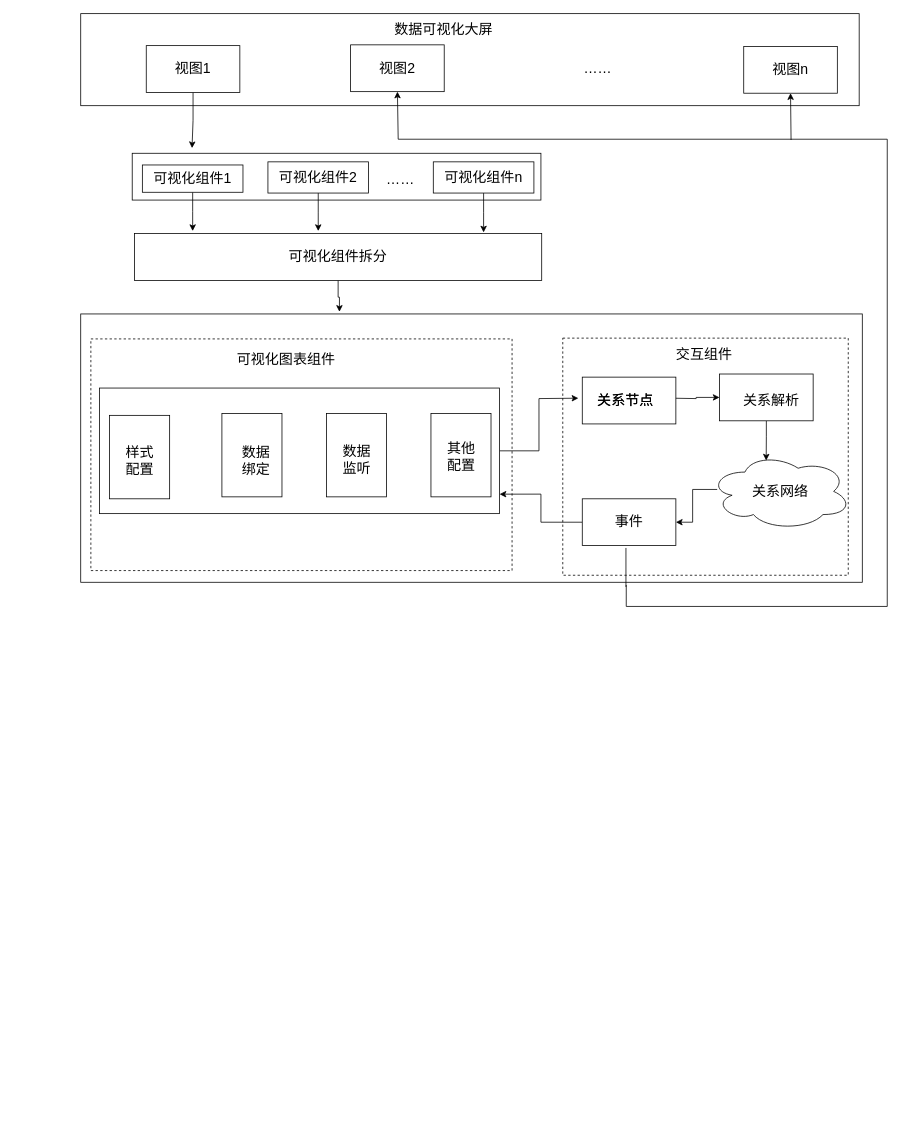
qw-null/drawio keeps this draw.io diagram as 论文-组件联动交互触发流程.drawio. Above is the earlier version. Source tidied: cells renumbered, new cells numbered last; positions are measured from the earlier drawing's top-left corner, leaving out a move shared by most shapes. Both pictures are drawn from the tidied source at 78%, with x=0, y=0 at pixel (80, 13).
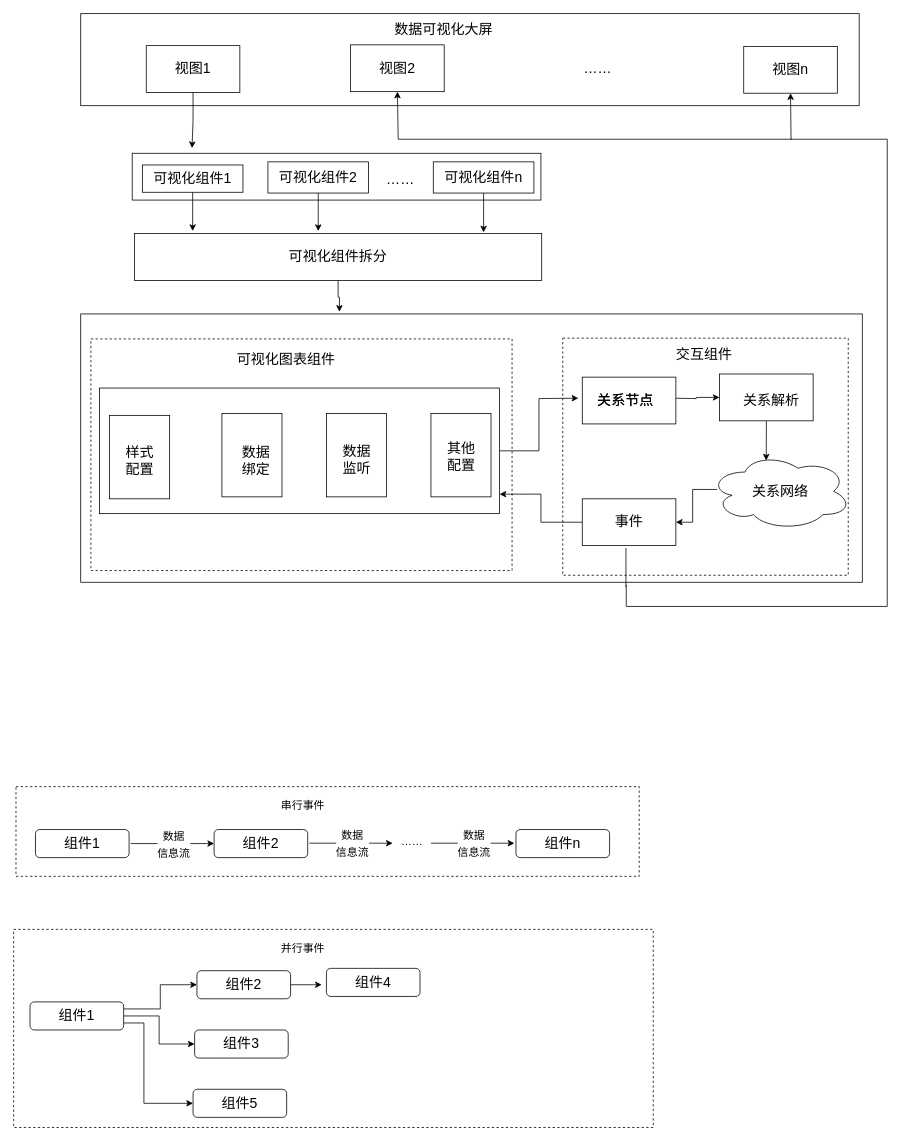
Above is the later version.

Commit message:
更新论文-组件联动交互触发流程.drawio

Diff of the diagram source:
```diff
@@
+    <mxCell id="50" value="&lt;font style=&quot;font-size: 18px;&quot;&gt;组件1&lt;/font&gt;" style="rounded=1;whiteSpace=wrap;html=1;" parent="1" vertex="1">
+      <mxGeometry x="-58" y="1046" width="120" height="36" as="geometry" />
+    </mxCell>
+    <mxCell id="51" value="&lt;font style=&quot;font-size: 18px;&quot;&gt;组件2&lt;/font&gt;" style="rounded=1;whiteSpace=wrap;html=1;" parent="1" vertex="1">
+      <mxGeometry x="171" y="1046" width="120" height="36" as="geometry" />
+    </mxCell>
+    <mxCell id="52" value="&lt;font style=&quot;font-size: 18px;&quot;&gt;组件n&lt;/font&gt;" style="rounded=1;whiteSpace=wrap;html=1;" parent="1" vertex="1">
+      <mxGeometry x="558" y="1046" width="120" height="36" as="geometry" />
+    </mxCell>
+    <mxCell id="53" style="endArrow=classic;html=1;rounded=0;fontSize=18;entryX=0;entryY=0.5;entryDx=0;entryDy=0;" parent="1" edge="1" target="51">
+      <mxGeometry relative="1" as="geometry">
+        <mxPoint x="64" y="1064" as="sourcePoint" />
+      </mxGeometry>
+    </mxCell>
+    <mxCell id="54" value="&lt;font style=&quot;font-size: 14px;&quot;&gt;数据&lt;br&gt;信息流&lt;/font&gt;" style="edgeLabel;html=1;align=center;verticalAlign=middle;fontSize=18;" parent="53" vertex="1">
+      <mxGeometry relative="1" as="geometry" />
+    </mxCell>
+    <mxCell id="55" style="endArrow=classic;html=1;rounded=0;fontSize=18;entryX=0;entryY=0.5;entryDx=0;entryDy=0;" parent="1" edge="1">
+      <mxGeometry relative="1" as="geometry">
+        <mxPoint x="293" y="1063.5" as="sourcePoint" />
+        <mxPoint x="400" y="1063.5" as="targetPoint" />
+      </mxGeometry>
+    </mxCell>
+    <mxCell id="56" value="&lt;font style=&quot;font-size: 14px;&quot;&gt;数据&lt;br&gt;信息流&lt;/font&gt;" style="edgeLabel;html=1;align=center;verticalAlign=middle;fontSize=18;" parent="55" vertex="1">
+      <mxGeometry relative="1" as="geometry" />
+    </mxCell>
+    <mxCell id="57" style="endArrow=classic;html=1;rounded=0;fontSize=18;entryX=0;entryY=0.5;entryDx=0;entryDy=0;" parent="1" edge="1">
+      <mxGeometry relative="1" as="geometry">
+        <mxPoint x="449" y="1063.5" as="sourcePoint" />
+        <mxPoint x="556" y="1063.5" as="targetPoint" />
+      </mxGeometry>
+    </mxCell>
+    <mxCell id="58" value="&lt;font style=&quot;font-size: 14px;&quot;&gt;数据&lt;br&gt;信息流&lt;/font&gt;" style="edgeLabel;html=1;align=center;verticalAlign=middle;fontSize=18;" parent="57" vertex="1">
+      <mxGeometry relative="1" as="geometry" />
+    </mxCell>
+    <mxCell id="59" value="……" style="text;html=1;strokeColor=none;fillColor=none;align=center;verticalAlign=middle;whiteSpace=wrap;rounded=0;fontSize=14;" parent="1" vertex="1">
+      <mxGeometry x="395" y="1046" width="60" height="30" as="geometry" />
+    </mxCell>
+    <mxCell id="60" style="edgeStyle=orthogonalEdgeStyle;rounded=0;jettySize=auto;html=1;exitX=1;exitY=0.25;exitDx=0;exitDy=0;entryX=0;entryY=0.5;entryDx=0;entryDy=0;fontSize=14;" parent="1" edge="1" source="63" target="68">
+      <mxGeometry relative="1" as="geometry" />
+    </mxCell>
+    <mxCell id="61" style="edgeStyle=orthogonalEdgeStyle;rounded=0;jettySize=auto;html=1;exitX=1;exitY=0.5;exitDx=0;exitDy=0;entryX=0;entryY=0.5;entryDx=0;entryDy=0;fontSize=14;" parent="1" edge="1" source="63" target="66">
+      <mxGeometry relative="1" as="geometry" />
+    </mxCell>
+    <mxCell id="62" style="edgeStyle=orthogonalEdgeStyle;rounded=0;jettySize=auto;html=1;exitX=1;exitY=0.75;exitDx=0;exitDy=0;entryX=0;entryY=0.5;entryDx=0;entryDy=0;fontSize=14;" parent="1" edge="1" source="63" target="70">
+      <mxGeometry relative="1" as="geometry">
+        <Array as="points">
+          <mxPoint x="81" y="1294" />
+          <mxPoint x="81" y="1397" />
+        </Array>
+      </mxGeometry>
+    </mxCell>
+    <mxCell id="63" value="&lt;font style=&quot;font-size: 18px;&quot;&gt;组件1&lt;/font&gt;" style="rounded=1;whiteSpace=wrap;html=1;" parent="1" vertex="1">
+      <mxGeometry x="-65" y="1267" width="120" height="36" as="geometry" />
+    </mxCell>
+    <mxCell id="64" style="rounded=0;whiteSpace=wrap;html=1;fontSize=14;dashed=1;fillColor=none;" parent="1" vertex="1">
+      <mxGeometry x="-83" y="991" width="799" height="115" as="geometry" />
+    </mxCell>
+    <mxCell id="65" value="串行事件" style="text;html=1;strokeColor=none;fillColor=none;align=center;verticalAlign=middle;whiteSpace=wrap;rounded=0;dashed=1;fontSize=14;" parent="1" vertex="1">
+      <mxGeometry x="255" y="1000" width="60" height="30" as="geometry" />
+    </mxCell>
+    <mxCell id="66" value="&lt;font style=&quot;font-size: 18px;&quot;&gt;组件3&lt;/font&gt;" style="rounded=1;whiteSpace=wrap;html=1;" parent="1" vertex="1">
+      <mxGeometry x="146" y="1303" width="120" height="36" as="geometry" />
+    </mxCell>
+    <mxCell id="67" style="edgeStyle=orthogonalEdgeStyle;rounded=0;jettySize=auto;html=1;exitX=1;exitY=0.5;exitDx=0;exitDy=0;fontSize=14;" parent="1" edge="1" source="68">
+      <mxGeometry relative="1" as="geometry">
+        <mxPoint x="309" y="1245" as="targetPoint" />
+      </mxGeometry>
+    </mxCell>
+    <mxCell id="68" value="&lt;font style=&quot;font-size: 18px; font-weight: normal;&quot;&gt;组件2&lt;/font&gt;" style="rounded=1;whiteSpace=wrap;html=1;fontStyle=1;" parent="1" vertex="1">
+      <mxGeometry x="149" y="1227" width="120" height="36" as="geometry" />
+    </mxCell>
+    <mxCell id="69" value="&lt;font style=&quot;font-size: 18px; font-weight: normal;&quot;&gt;组件4&lt;/font&gt;" style="rounded=1;whiteSpace=wrap;html=1;fontStyle=1;" parent="1" vertex="1">
+      <mxGeometry x="315" y="1224" width="120" height="36" as="geometry" />
+    </mxCell>
+    <mxCell id="70" value="&lt;font style=&quot;font-size: 18px; font-weight: normal;&quot;&gt;组件5&lt;/font&gt;" style="rounded=1;whiteSpace=wrap;html=1;fontStyle=1;" parent="1" vertex="1">
+      <mxGeometry x="144" y="1379" width="120" height="36" as="geometry" />
+    </mxCell>
+    <mxCell id="71" style="rounded=0;whiteSpace=wrap;html=1;dashed=1;fontSize=14;fillColor=none;" parent="1" vertex="1">
+      <mxGeometry x="-86" y="1174" width="820" height="254" as="geometry" />
+    </mxCell>
+    <mxCell id="72" value="并行事件" style="text;html=1;strokeColor=none;fillColor=none;align=center;verticalAlign=middle;whiteSpace=wrap;rounded=0;dashed=1;fontSize=14;" parent="1" vertex="1">
+      <mxGeometry x="255" y="1183" width="60" height="30" as="geometry" />
+    </mxCell>
```
